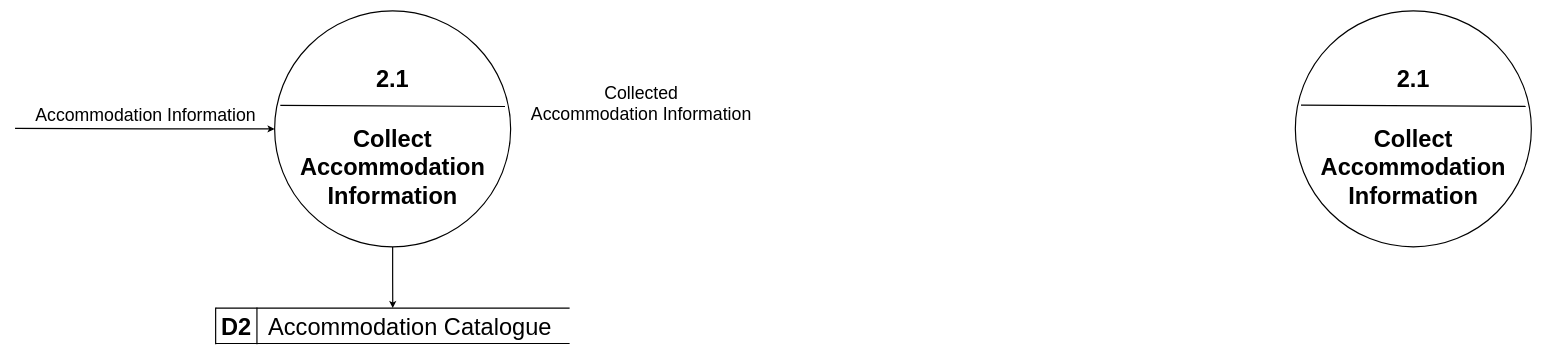
Earlier version of the draw.io diagram CC13/ExplosiongOfProcess2.0.drawio (doyaoencab/draw.io). Source tidied: cells renumbered, new cells numbered last; positions are measured from the earlier drawing's top-left corner, leaving out a move shared by most shapes. Both pictures are drawn from the tidied source at 59%, with x=0, y=0 at pixel (15, 11).
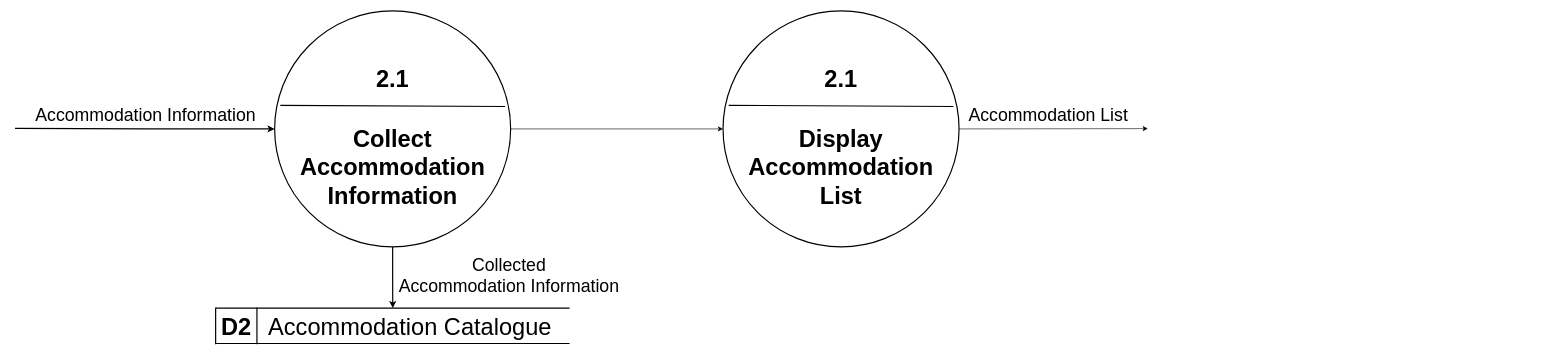
After the change.

The change refers to these unchanged cells:
```xml
<mxCell id="4" style="ellipse;whiteSpace=wrap;html=1;strokeWidth=2;" parent="1" vertex="1">
  <mxGeometry x="440" width="400" height="400" as="geometry" />
</mxCell>
```

Change to the diagram source:
```diff
@@
+    <mxCell id="17" style="edgeStyle=orthogonalEdgeStyle;rounded=0;jettySize=auto;html=1;exitX=1;exitY=0.5;exitDx=0;exitDy=0;entryX=0;entryY=0.5;entryDx=0;entryDy=0;" parent="1" edge="1" source="4" target="12">
+      <mxGeometry relative="1" as="geometry" />
+    </mxCell>
@@
+    <mxCell id="18" style="edgeStyle=orthogonalEdgeStyle;rounded=0;jettySize=auto;html=1;exitX=1;exitY=0.5;exitDx=0;exitDy=0;" parent="1" edge="1" source="12">
+      <mxGeometry relative="1" as="geometry">
+        <mxPoint x="1920" y="199.5" as="targetPoint" />
+      </mxGeometry>
+    </mxCell>
     <mxCell id="12" style="ellipse;whiteSpace=wrap;html=1;strokeWidth=2;" parent="1" vertex="1">
-      <mxGeometry x="2170" y="-0.2" width="400" height="400" as="geometry" />
+      <mxGeometry x="1200" width="400" height="400" as="geometry" />
     </mxCell>
@@
     <mxCell id="14" value="&lt;b&gt;&lt;font&gt;2.1&lt;/font&gt;&lt;/b&gt;" style="text;html=1;align=center;verticalAlign=middle;whiteSpace=wrap;rounded=0;fontSize=40;strokeWidth=2;" parent="1" vertex="1">
-      <mxGeometry x="2340" y="99.8" width="60" height="30" as="geometry" />
+      <mxGeometry x="1370" y="100" width="60" height="30" as="geometry" />
     </mxCell>
-    <mxCell id="15" value="&lt;b&gt;&lt;font&gt;Collect Accommodation Information&lt;/font&gt;&lt;/b&gt;" style="text;html=1;align=center;verticalAlign=middle;whiteSpace=wrap;rounded=0;strokeWidth=2;fontSize=40;" parent="1" vertex="1">
-      <mxGeometry x="2270" y="183.8" width="200" height="160" as="geometry" />
+    <mxCell id="15" value="&lt;b&gt;&lt;font&gt;Display Accommodation List&lt;/font&gt;&lt;/b&gt;" style="text;html=1;align=center;verticalAlign=middle;whiteSpace=wrap;rounded=0;strokeWidth=2;fontSize=40;" parent="1" vertex="1">
+      <mxGeometry x="1300" y="184" width="200" height="160" as="geometry" />
     </mxCell>
     <mxCell id="16" value="&lt;font style=&quot;font-size: 30px;&quot;&gt;Collected&lt;/font&gt;&lt;div&gt;&lt;font style=&quot;font-size: 30px;&quot;&gt;Accommodation Information&lt;/font&gt;&lt;/div&gt;" style="edgeLabel;html=1;align=center;verticalAlign=middle;" parent="1" vertex="1">
-      <mxGeometry x="1060" y="155" as="geometry" />
+      <mxGeometry x="840" y="435" as="geometry">
+        <mxPoint x="-4" y="12" as="offset" />
+      </mxGeometry>
     </mxCell>
+    <mxCell id="19" value="&lt;font style=&quot;font-size: 30px;&quot;&gt;Accommodation List&lt;/font&gt;" style="edgeLabel;html=1;align=center;verticalAlign=middle;" parent="1" vertex="1">
+      <mxGeometry x="1750" y="175" as="geometry" />
+    </mxCell>
```
